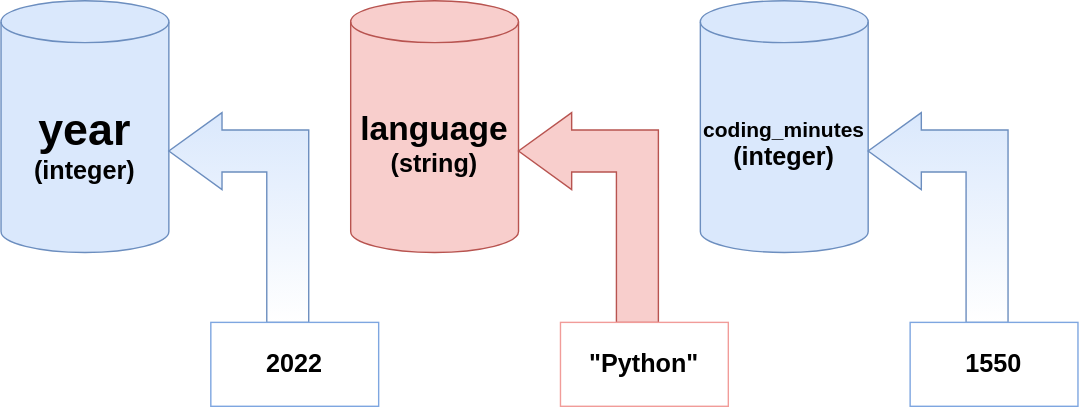
Above: Python_Workshop2022/img/variable_assign.svg in birkfl/TReND (draw.io), before the change. Source tidied: cells renumbered, new cells last; positions are measured from the earlier drawing's top-left corner, leaving out a move shared by most shapes.
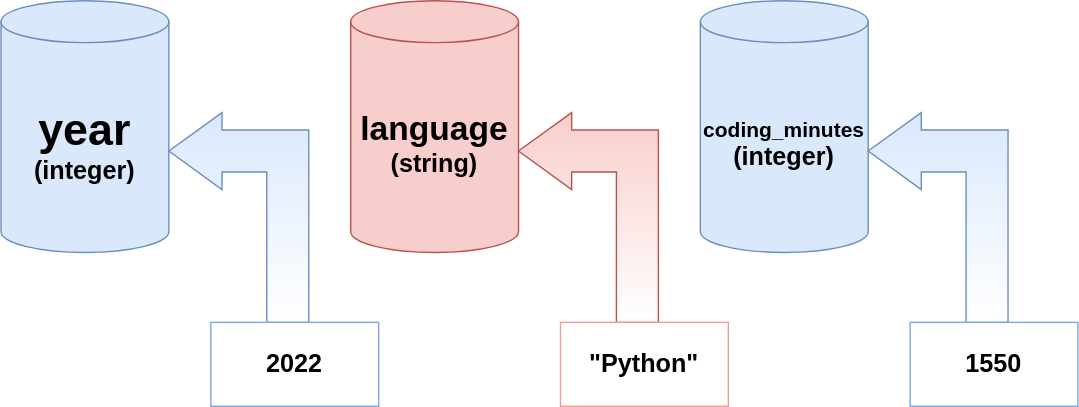
The same diagram one commit later.

The edit, as a diff of the source:
```diff
@@ -5,7 +5,7 @@
     <mxCell id="2" value="&lt;font size=&quot;1&quot;&gt;&lt;b style=&quot;font-size: 24px;&quot;&gt;language&lt;/b&gt;&lt;/font&gt;&lt;div&gt;&lt;font size=&quot;1&quot;&gt;&lt;b style=&quot;font-size: 18px;&quot;&gt;&lt;font style=&quot;font-size: 18px;&quot;&gt;(string)&lt;br&gt;&lt;/font&gt;&lt;/b&gt;&lt;/font&gt;&lt;/div&gt;" style="shape=cylinder3;whiteSpace=wrap;html=1;boundedLbl=1;backgroundOutline=1;size=15;fillColor=#f8cecc;strokeColor=#b85450;" parent="1" vertex="1">
       <mxGeometry x="250" width="120" height="180" as="geometry" />
     </mxCell>
-    <mxCell id="3" style="html=1;shadow=0;dashed=0;align=center;verticalAlign=middle;shape=mxgraph.arrows2.bendArrow;dy=15;dx=38;notch=0;arrowHead=55;rounded=0;flipV=0;flipH=1;fillColor=#f8cecc;strokeColor=#b85450;" parent="1" vertex="1">
+    <mxCell id="3" style="html=1;shadow=0;dashed=0;align=center;verticalAlign=middle;shape=mxgraph.arrows2.bendArrow;dy=15;dx=38;notch=0;arrowHead=55;rounded=0;flipV=0;flipH=1;fillColor=#f8cecc;strokeColor=#b85450;gradientColor=#ffffff;" parent="1" vertex="1">
       <mxGeometry x="370" y="80" width="100" height="150" as="geometry" />
     </mxCell>
     <mxCell id="4" value="&lt;b&gt;&quot;Python&quot;&lt;/b&gt;" style="rounded=0;whiteSpace=wrap;html=1;fontSize=18;strokeColor=#F19C99;" parent="1" vertex="1">
```
